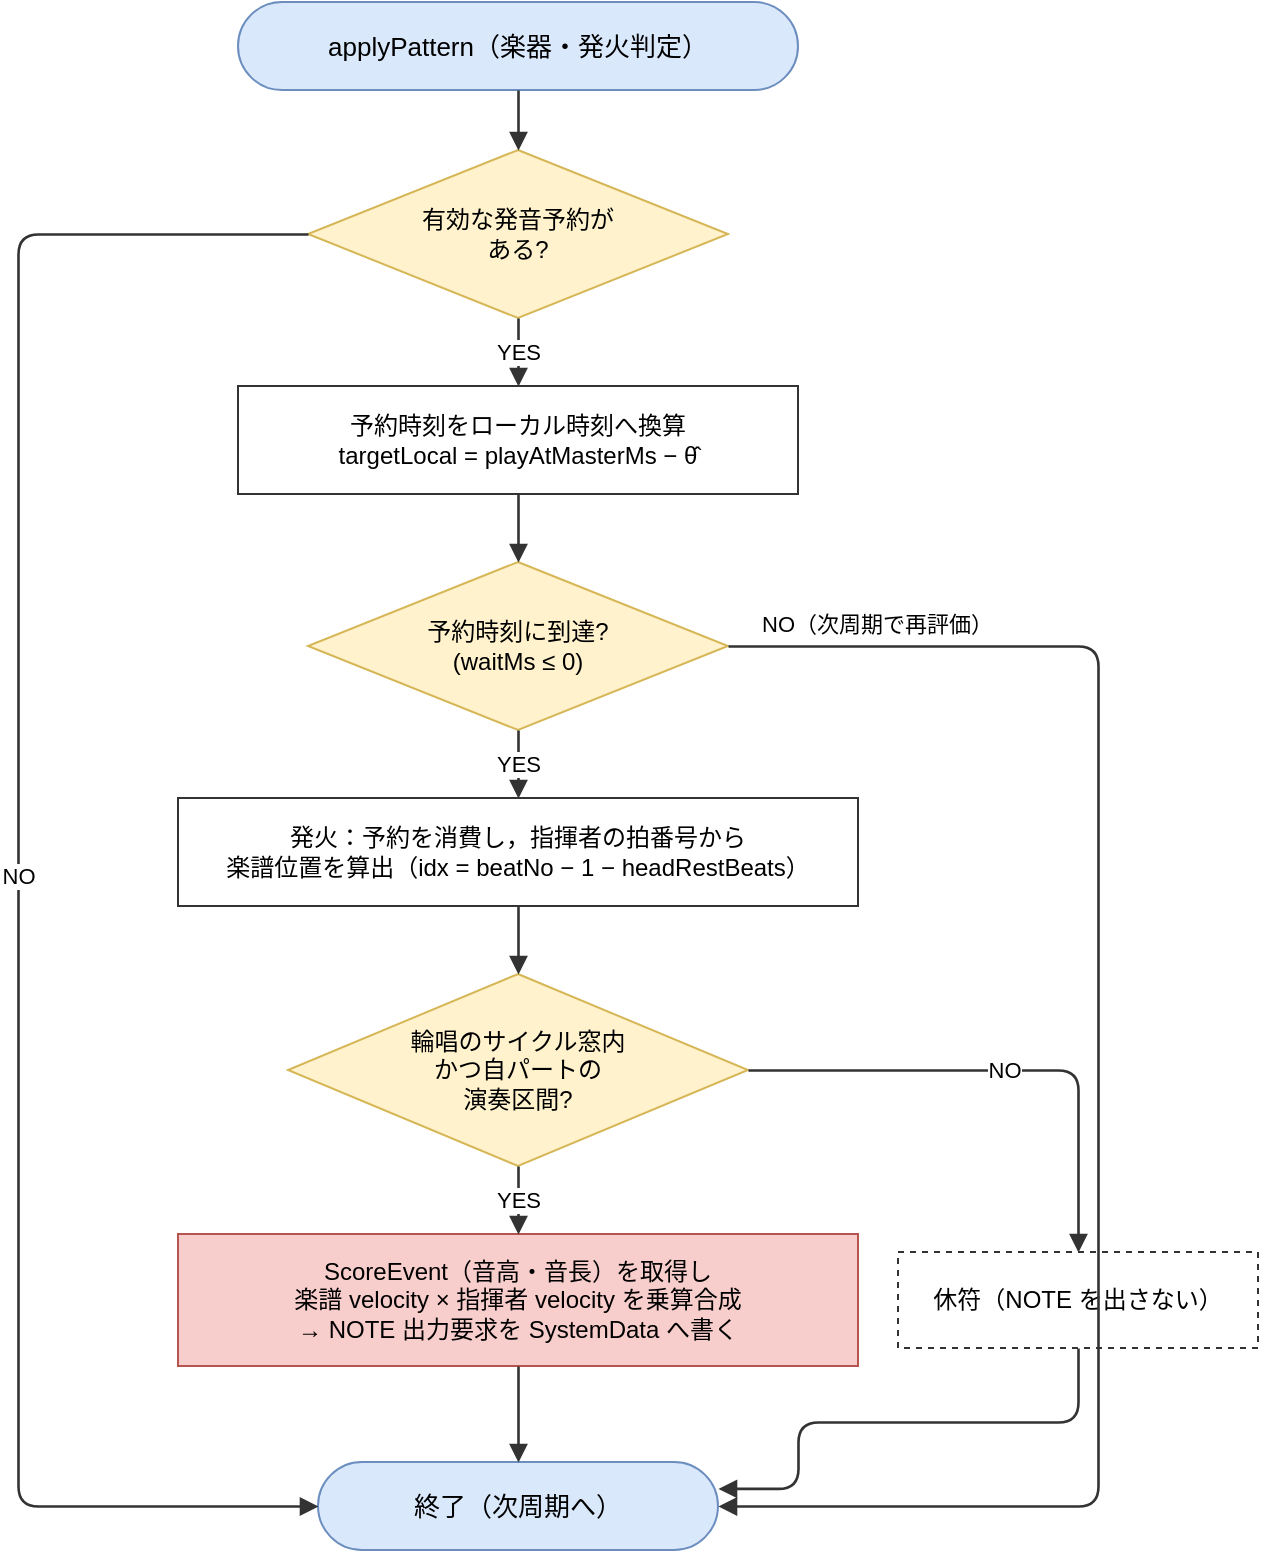
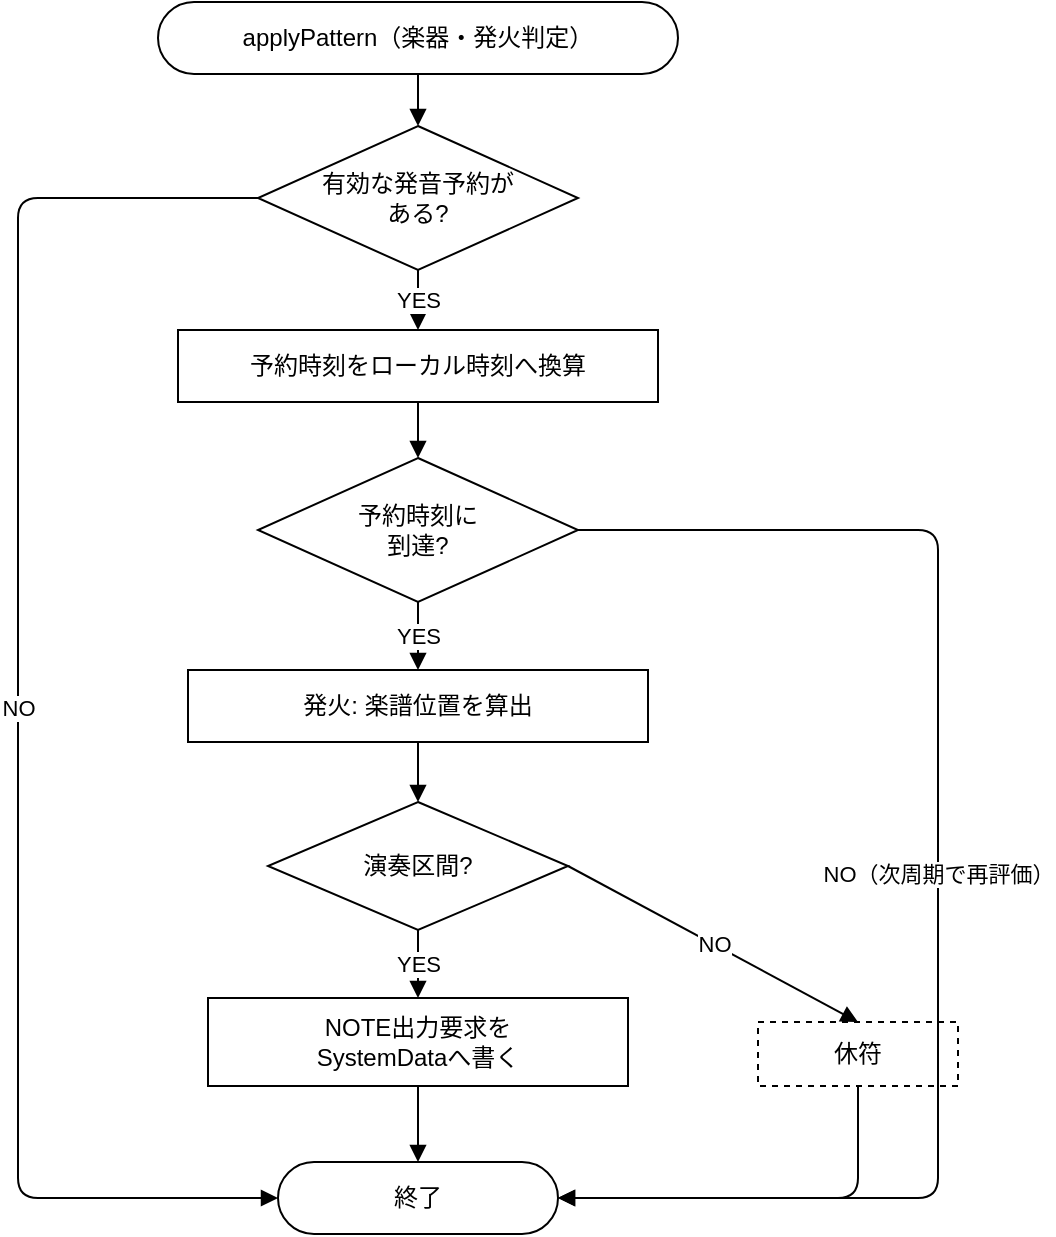
<mxfile host="Claude">
  <diagram id="flow-instrument-fire" name="楽器applyPattern">
-     <mxGraphModel dx="760" dy="1000" grid="0" gridSize="10" guides="1" tooltips="1" connect="1" arrows="1" fold="1" page="1" pageScale="1" pageWidth="760" pageHeight="1000" math="0" shadow="0">
+     <mxGraphModel dx="660" dy="700" grid="0" gridSize="10" guides="1" tooltips="1" connect="1" arrows="1" fold="1" page="1" pageScale="1" pageWidth="660" pageHeight="700" math="0" shadow="0">
      <root>
        <mxCell id="0"/>
        <mxCell id="1" parent="0"/>
-         <mxCell id="start" value="applyPattern（楽器・発火判定）" style="rounded=1;arcSize=50;whiteSpace=wrap;html=1;fillColor=#DAE8FC;strokeColor=#6C8EBF;fontSize=13;" vertex="1" parent="1"><mxGeometry x="230" y="30" width="280" height="44" as="geometry"/></mxCell>
-         <mxCell id="d1" value="有効な発音予約が&lt;br&gt;ある?" style="rhombus;whiteSpace=wrap;html=1;fillColor=#FFF2CC;strokeColor=#D6B656;fontSize=12;" vertex="1" parent="1"><mxGeometry x="265" y="104" width="210" height="84" as="geometry"/></mxCell>
-         <mxCell id="p1" value="予約時刻をローカル時刻へ換算&lt;br&gt;targetLocal = playAtMasterMs − θ̂" style="rounded=0;whiteSpace=wrap;html=1;fillColor=#FFFFFF;strokeColor=#333333;fontSize=12;" vertex="1" parent="1"><mxGeometry x="230" y="222" width="280" height="54" as="geometry"/></mxCell>
-         <mxCell id="d2" value="予約時刻に到達?&lt;br&gt;(waitMs ≤ 0)" style="rhombus;whiteSpace=wrap;html=1;fillColor=#FFF2CC;strokeColor=#D6B656;fontSize=12;" vertex="1" parent="1"><mxGeometry x="265" y="310" width="210" height="84" as="geometry"/></mxCell>
-         <mxCell id="p2" value="発火：予約を消費し，指揮者の拍番号から&lt;br&gt;楽譜位置を算出（idx = beatNo − 1 − headRestBeats）" style="rounded=0;whiteSpace=wrap;html=1;fillColor=#FFFFFF;strokeColor=#333333;fontSize=12;" vertex="1" parent="1"><mxGeometry x="200" y="428" width="340" height="54" as="geometry"/></mxCell>
-         <mxCell id="d3" value="輪唱のサイクル窓内&lt;br&gt;かつ自パートの&lt;br&gt;演奏区間?" style="rhombus;whiteSpace=wrap;html=1;fillColor=#FFF2CC;strokeColor=#D6B656;fontSize=12;" vertex="1" parent="1"><mxGeometry x="255" y="516" width="230" height="96" as="geometry"/></mxCell>
-         <mxCell id="p3" value="ScoreEvent（音高・音長）を取得し&lt;br&gt;楽譜 velocity × 指揮者 velocity を乗算合成&lt;br&gt;→ NOTE 出力要求を SystemData へ書く" style="rounded=0;whiteSpace=wrap;html=1;fillColor=#F8CECC;strokeColor=#B85450;fontSize=12;" vertex="1" parent="1"><mxGeometry x="200" y="646" width="340" height="66" as="geometry"/></mxCell>
-         <mxCell id="p4" value="休符（NOTE を出さない）" style="rounded=0;whiteSpace=wrap;html=1;fillColor=#FFFFFF;strokeColor=#333333;fontSize=12;dashed=1;" vertex="1" parent="1"><mxGeometry x="560" y="655" width="180" height="48" as="geometry"/></mxCell>
-         <mxCell id="end" value="終了（次周期へ）" style="rounded=1;arcSize=50;whiteSpace=wrap;html=1;fillColor=#DAE8FC;strokeColor=#6C8EBF;fontSize=13;" vertex="1" parent="1"><mxGeometry x="270" y="760" width="200" height="44" as="geometry"/></mxCell>
-         <mxCell id="f1" style="endArrow=block;html=1;strokeColor=#333333;strokeWidth=1.3;exitX=0.5;exitY=1;entryX=0.5;entryY=0;" edge="1" parent="1" source="start" target="d1"><mxGeometry relative="1" as="geometry"/></mxCell>
-         <mxCell id="f2" value="YES" style="endArrow=block;html=1;strokeColor=#333333;strokeWidth=1.3;fontSize=11;exitX=0.5;exitY=1;entryX=0.5;entryY=0;" edge="1" parent="1" source="d1" target="p1"><mxGeometry relative="1" as="geometry"/></mxCell>
-         <mxCell id="f3" value="NO" style="endArrow=block;html=1;strokeColor=#333333;strokeWidth=1.3;fontSize=11;exitX=0;exitY=0.5;entryX=0;entryY=0.5;curved=0;edgeStyle=orthogonalEdgeStyle;" edge="1" parent="1" source="d1" target="end"><mxGeometry relative="1" as="geometry"><Array as="points"><mxPoint x="120" y="146"/><mxPoint x="120" y="782"/></Array></mxGeometry></mxCell>
-         <mxCell id="f4" style="endArrow=block;html=1;strokeColor=#333333;strokeWidth=1.3;exitX=0.5;exitY=1;entryX=0.5;entryY=0;" edge="1" parent="1" source="p1" target="d2"><mxGeometry relative="1" as="geometry"/></mxCell>
-         <mxCell id="f5" value="YES" style="endArrow=block;html=1;strokeColor=#333333;strokeWidth=1.3;fontSize=11;exitX=0.5;exitY=1;entryX=0.5;entryY=0;" edge="1" parent="1" source="d2" target="p2"><mxGeometry relative="1" as="geometry"/></mxCell>
-         <mxCell id="f6" value="" style="endArrow=block;html=1;strokeColor=#333333;strokeWidth=1.3;fontSize=11;exitX=1;exitY=0.5;entryX=1;entryY=0.5;curved=0;edgeStyle=orthogonalEdgeStyle;" edge="1" parent="1" source="d2" target="end"><mxGeometry relative="1" as="geometry"><Array as="points"><mxPoint x="660" y="352"/><mxPoint x="660" y="782"/></Array></mxGeometry></mxCell>
-         <mxCell id="f6l" value="NO（次周期で再評価）" style="text;html=1;align=left;verticalAlign=middle;fontSize=11;" vertex="1" parent="1"><mxGeometry x="490" y="330" width="160" height="22" as="geometry"/></mxCell>
-         <mxCell id="f7" style="endArrow=block;html=1;strokeColor=#333333;strokeWidth=1.3;exitX=0.5;exitY=1;entryX=0.5;entryY=0;" edge="1" parent="1" source="p2" target="d3"><mxGeometry relative="1" as="geometry"/></mxCell>
-         <mxCell id="f8" value="YES" style="endArrow=block;html=1;strokeColor=#333333;strokeWidth=1.3;fontSize=11;exitX=0.5;exitY=1;entryX=0.5;entryY=0;" edge="1" parent="1" source="d3" target="p3"><mxGeometry relative="1" as="geometry"/></mxCell>
-         <mxCell id="f9" value="NO" style="endArrow=block;html=1;strokeColor=#333333;strokeWidth=1.3;fontSize=11;exitX=1;exitY=0.5;entryX=0.5;entryY=0;curved=0;edgeStyle=orthogonalEdgeStyle;" edge="1" parent="1" source="d3" target="p4"><mxGeometry relative="1" as="geometry"><Array as="points"><mxPoint x="650" y="564"/><mxPoint x="650" y="630"/></Array></mxGeometry></mxCell>
-         <mxCell id="f10" style="endArrow=block;html=1;strokeColor=#333333;strokeWidth=1.3;exitX=0.5;exitY=1;entryX=0.5;entryY=0;" edge="1" parent="1" source="p3" target="end"><mxGeometry relative="1" as="geometry"/></mxCell>
-         <mxCell id="f11" style="endArrow=block;html=1;strokeColor=#333333;strokeWidth=1.3;exitX=0.5;exitY=1;entryX=1;entryY=0.3;curved=0;edgeStyle=orthogonalEdgeStyle;" edge="1" parent="1" source="p4" target="end"><mxGeometry relative="1" as="geometry"><Array as="points"><mxPoint x="650" y="740"/><mxPoint x="510" y="740"/></Array></mxGeometry></mxCell>
+         <mxCell id="start" value="applyPattern（楽器・発火判定）" style="rounded=1;arcSize=50;whiteSpace=wrap;html=1;fillColor=#FFFFFF;strokeColor=#000000;fontSize=12;" vertex="1" parent="1"><mxGeometry x="170" y="20" width="260" height="36" as="geometry"/></mxCell>
+         <mxCell id="d1" value="有効な発音予約が&lt;br&gt;ある?" style="rhombus;whiteSpace=wrap;html=1;fillColor=#FFFFFF;strokeColor=#000000;fontSize=12;" vertex="1" parent="1"><mxGeometry x="220" y="82" width="160" height="72" as="geometry"/></mxCell>
+         <mxCell id="p1" value="予約時刻をローカル時刻へ換算" style="whiteSpace=wrap;html=1;fillColor=#FFFFFF;strokeColor=#000000;fontSize=12;" vertex="1" parent="1"><mxGeometry x="180" y="184" width="240" height="36" as="geometry"/></mxCell>
+         <mxCell id="d2" value="予約時刻に&lt;br&gt;到達?" style="rhombus;whiteSpace=wrap;html=1;fillColor=#FFFFFF;strokeColor=#000000;fontSize=12;" vertex="1" parent="1"><mxGeometry x="220" y="248" width="160" height="72" as="geometry"/></mxCell>
+         <mxCell id="p2" value="発火: 楽譜位置を算出" style="whiteSpace=wrap;html=1;fillColor=#FFFFFF;strokeColor=#000000;fontSize=12;" vertex="1" parent="1"><mxGeometry x="185" y="354" width="230" height="36" as="geometry"/></mxCell>
+         <mxCell id="d3" value="演奏区間?" style="rhombus;whiteSpace=wrap;html=1;fillColor=#FFFFFF;strokeColor=#000000;fontSize=12;" vertex="1" parent="1"><mxGeometry x="225" y="420" width="150" height="64" as="geometry"/></mxCell>
+         <mxCell id="p3" value="NOTE出力要求を&lt;br&gt;SystemDataへ書く" style="whiteSpace=wrap;html=1;fillColor=#FFFFFF;strokeColor=#000000;fontSize=12;" vertex="1" parent="1"><mxGeometry x="195" y="518" width="210" height="44" as="geometry"/></mxCell>
+         <mxCell id="p4" value="休符" style="whiteSpace=wrap;html=1;fillColor=#FFFFFF;strokeColor=#000000;fontSize=12;dashed=1;" vertex="1" parent="1"><mxGeometry x="470" y="530" width="100" height="32" as="geometry"/></mxCell>
+         <mxCell id="end" value="終了" style="rounded=1;arcSize=50;whiteSpace=wrap;html=1;fillColor=#FFFFFF;strokeColor=#000000;fontSize=12;" vertex="1" parent="1"><mxGeometry x="230" y="600" width="140" height="36" as="geometry"/></mxCell>
+         <!-- Main vertical -->
+         <mxCell id="f1" style="endArrow=block;endFill=1;html=1;strokeColor=#000000;strokeWidth=1;exitX=0.5;exitY=1;entryX=0.5;entryY=0;" edge="1" parent="1" source="start" target="d1"><mxGeometry relative="1" as="geometry"/></mxCell>
+         <mxCell id="f2" value="YES" style="endArrow=block;endFill=1;html=1;strokeColor=#000000;strokeWidth=1;fontSize=11;exitX=0.5;exitY=1;entryX=0.5;entryY=0;" edge="1" parent="1" source="d1" target="p1"><mxGeometry relative="1" as="geometry"/></mxCell>
+         <mxCell id="f4" style="endArrow=block;endFill=1;html=1;strokeColor=#000000;strokeWidth=1;exitX=0.5;exitY=1;entryX=0.5;entryY=0;" edge="1" parent="1" source="p1" target="d2"><mxGeometry relative="1" as="geometry"/></mxCell>
+         <mxCell id="f5" value="YES" style="endArrow=block;endFill=1;html=1;strokeColor=#000000;strokeWidth=1;fontSize=11;exitX=0.5;exitY=1;entryX=0.5;entryY=0;" edge="1" parent="1" source="d2" target="p2"><mxGeometry relative="1" as="geometry"/></mxCell>
+         <mxCell id="f7" style="endArrow=block;endFill=1;html=1;strokeColor=#000000;strokeWidth=1;exitX=0.5;exitY=1;entryX=0.5;entryY=0;" edge="1" parent="1" source="p2" target="d3"><mxGeometry relative="1" as="geometry"/></mxCell>
+         <mxCell id="f8" value="YES" style="endArrow=block;endFill=1;html=1;strokeColor=#000000;strokeWidth=1;fontSize=11;exitX=0.5;exitY=1;entryX=0.5;entryY=0;" edge="1" parent="1" source="d3" target="p3"><mxGeometry relative="1" as="geometry"/></mxCell>
+         <mxCell id="f10" style="endArrow=block;endFill=1;html=1;strokeColor=#000000;strokeWidth=1;exitX=0.5;exitY=1;entryX=0.5;entryY=0;" edge="1" parent="1" source="p3" target="end"><mxGeometry relative="1" as="geometry"/></mxCell>
+         <!-- NO branches -->
+         <mxCell id="f3" value="NO" style="endArrow=block;endFill=1;html=1;strokeColor=#000000;strokeWidth=1;fontSize=11;exitX=0;exitY=0.5;entryX=0;entryY=0.5;edgeStyle=orthogonalEdgeStyle;" edge="1" parent="1" source="d1" target="end"><mxGeometry relative="1" as="geometry"><Array as="points"><mxPoint x="100" y="118"/><mxPoint x="100" y="618"/></Array></mxGeometry></mxCell>
+         <mxCell id="f6" value="NO（次周期で再評価）" style="endArrow=block;endFill=1;html=1;strokeColor=#000000;strokeWidth=1;fontSize=11;exitX=1;exitY=0.5;entryX=1;entryY=0.5;edgeStyle=orthogonalEdgeStyle;" edge="1" parent="1" source="d2" target="end"><mxGeometry relative="1" as="geometry"><Array as="points"><mxPoint x="560" y="284"/><mxPoint x="560" y="618"/></Array></mxGeometry></mxCell>
+         <mxCell id="f9" value="NO" style="endArrow=block;endFill=1;html=1;strokeColor=#000000;strokeWidth=1;fontSize=11;exitX=1;exitY=0.5;entryX=0.5;entryY=0;" edge="1" parent="1" source="d3" target="p4"><mxGeometry relative="1" as="geometry"/></mxCell>
+         <mxCell id="f11" style="endArrow=block;endFill=1;html=1;strokeColor=#000000;strokeWidth=1;exitX=0.5;exitY=1;entryX=1;entryY=0.5;edgeStyle=orthogonalEdgeStyle;" edge="1" parent="1" source="p4" target="end"><mxGeometry relative="1" as="geometry"><Array as="points"><mxPoint x="520" y="618"/></Array></mxGeometry></mxCell>
      </root>
    </mxGraphModel>
  </diagram>
</mxfile>
